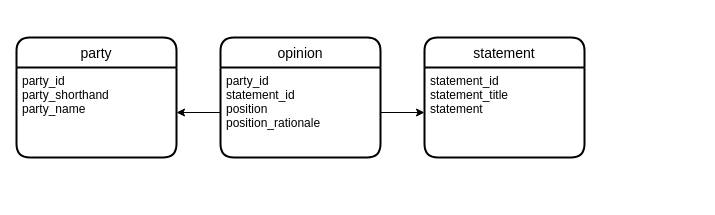
social-dynamics/btw21-negotiation keeps this draw.io diagram as notes/db-schema.drawio. Above is the earlier version. Source tidied: cells renumbered, new cells numbered last; positions are measured from the earlier drawing's top-left corner, leaving out a move shared by most shapes. Both pictures are drawn from the tidied source at 100%, with x=0, y=0 at pixel (16, 37).
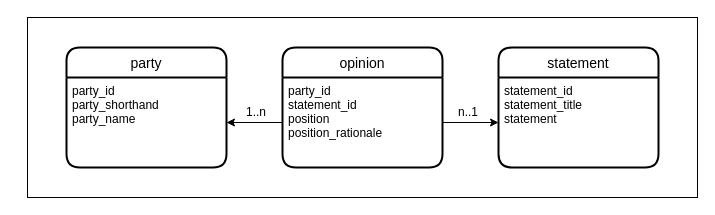
After the change.

The edit, as a diff of the source:
```diff
@@
 <mxGraphModel>
   <root>
     <mxCell id="0" />
     <mxCell id="1" parent="0" />
+    <mxCell id="10" style="group;" parent="1" vertex="1">
+      <mxGeometry x="50" y="10" width="631" height="150" as="geometry" />
+    </mxCell>
+    <mxCell id="11" style="rounded=0;whiteSpace=wrap;html=1;" parent="10" vertex="1">
+      <mxGeometry x="-39" y="-30" width="670" height="180" as="geometry" />
+    </mxCell>
-    <mxCell id="2" value="party" style="swimlane;horizontal=1;startSize=30;rounded=1;fontSize=14;fontStyle=0;strokeWidth=2;shadow=0;dashed=0;align=center;" parent="1" vertex="1">
+    <mxCell id="2" value="party" style="swimlane;horizontal=1;startSize=30;rounded=1;fontSize=14;fontStyle=0;strokeWidth=2;shadow=0;dashed=0;align=center;" parent="10" vertex="1">
       <mxGeometry width="160" height="120" as="geometry" />
     </mxCell>
+    <mxCell id="4" value="statement" style="swimlane;horizontal=1;startSize=30;rounded=1;fontSize=14;fontStyle=0;strokeWidth=2;shadow=0;dashed=0;align=center;" parent="10" vertex="1">
+      <mxGeometry x="432" width="160" height="120" as="geometry" />
+    </mxCell>
+    <mxCell id="6" value="opinion" style="swimlane;horizontal=1;startSize=30;rounded=1;fontSize=14;fontStyle=0;strokeWidth=2;shadow=0;dashed=0;align=center;" parent="10" vertex="1">
+      <mxGeometry x="216" width="160" height="120" as="geometry" />
+    </mxCell>
+    <mxCell id="12" value="1..n" style="text;html=1;strokeColor=none;fillColor=none;align=center;verticalAlign=middle;whiteSpace=wrap;rounded=0;" parent="10" vertex="1">
+      <mxGeometry x="160" y="50" width="60" height="30" as="geometry" />
+    </mxCell>
+    <mxCell id="13" value="n..1" style="text;html=1;strokeColor=none;fillColor=none;align=center;verticalAlign=middle;whiteSpace=wrap;rounded=0;" parent="10" vertex="1">
+      <mxGeometry x="372" y="50" width="60" height="30" as="geometry" />
+    </mxCell>
-    <mxCell id="3" value="party_id&#10;party_shorthand&#10;party_name" style="align=left;strokeColor=none;fillColor=none;spacingLeft=4;fontSize=12;verticalAlign=top;" parent="2" vertex="1">
+    <mxCell id="3" value="party_id&#10;party_shorthand&#10;party_name" style="align=left;strokeColor=none;fillColor=none;spacingLeft=4;fontSize=12;verticalAlign=top;" parent="10" vertex="1">
       <mxGeometry y="30" width="160" height="90" as="geometry" />
     </mxCell>
-    <mxCell id="4" value="statement" style="swimlane;horizontal=1;startSize=30;rounded=1;fontSize=14;fontStyle=0;strokeWidth=2;shadow=0;dashed=0;align=center;" parent="1" vertex="1">
-      <mxGeometry x="408" width="160" height="120" as="geometry" />
-    </mxCell>
-    <mxCell id="5" value="statement_id&#10;statement_title&#10;statement" style="align=left;strokeColor=none;fillColor=none;spacingLeft=4;fontSize=12;verticalAlign=top;" parent="4" vertex="1">
-      <mxGeometry y="30" width="160" height="90" as="geometry" />
+    <mxCell id="5" value="statement_id&#10;statement_title&#10;statement" style="align=left;strokeColor=none;fillColor=none;spacingLeft=4;fontSize=12;verticalAlign=top;" parent="10" vertex="1">
+      <mxGeometry x="432" y="30" width="160" height="90" as="geometry" />
     </mxCell>
-    <mxCell id="6" value="opinion" style="swimlane;horizontal=1;startSize=30;rounded=1;fontSize=14;fontStyle=0;strokeWidth=2;shadow=0;dashed=0;align=center;" parent="1" vertex="1">
-      <mxGeometry x="204" width="160" height="120" as="geometry" />
-    </mxCell>
-    <mxCell id="7" value="party_id&#10;statement_id&#10;position&#10;position_rationale" style="align=left;strokeColor=none;fillColor=none;spacingLeft=4;fontSize=12;verticalAlign=top;" parent="6" vertex="1">
-      <mxGeometry y="30" width="160" height="90" as="geometry" />
+    <mxCell id="7" value="party_id&#10;statement_id&#10;position&#10;position_rationale" style="align=left;strokeColor=none;fillColor=none;spacingLeft=4;fontSize=12;verticalAlign=top;" parent="10" vertex="1">
+      <mxGeometry x="216" y="30" width="160" height="90" as="geometry" />
     </mxCell>
+    <mxCell id="9" style="edgeStyle=orthogonalEdgeStyle;rounded=0;jettySize=auto;html=1;" parent="10" edge="1" source="7" target="3">
+      <mxGeometry relative="1" as="geometry" />
+    </mxCell>
-    <mxCell id="8" style="edgeStyle=orthogonalEdgeStyle;rounded=0;jettySize=auto;html=1;entryX=0;entryY=0.5;entryDx=0;entryDy=0;" parent="1" edge="1" source="7" target="5">
+    <mxCell id="8" style="edgeStyle=orthogonalEdgeStyle;rounded=0;jettySize=auto;html=1;entryX=0;entryY=0.5;entryDx=0;entryDy=0;" parent="10" edge="1" source="7" target="5">
       <mxGeometry relative="1" as="geometry" />
     </mxCell>
-    <mxCell id="9" style="edgeStyle=orthogonalEdgeStyle;rounded=0;jettySize=auto;html=1;" parent="1" edge="1" source="7" target="3">
-      <mxGeometry relative="1" as="geometry" />
-    </mxCell>
   </root>
 </mxGraphModel>
```
